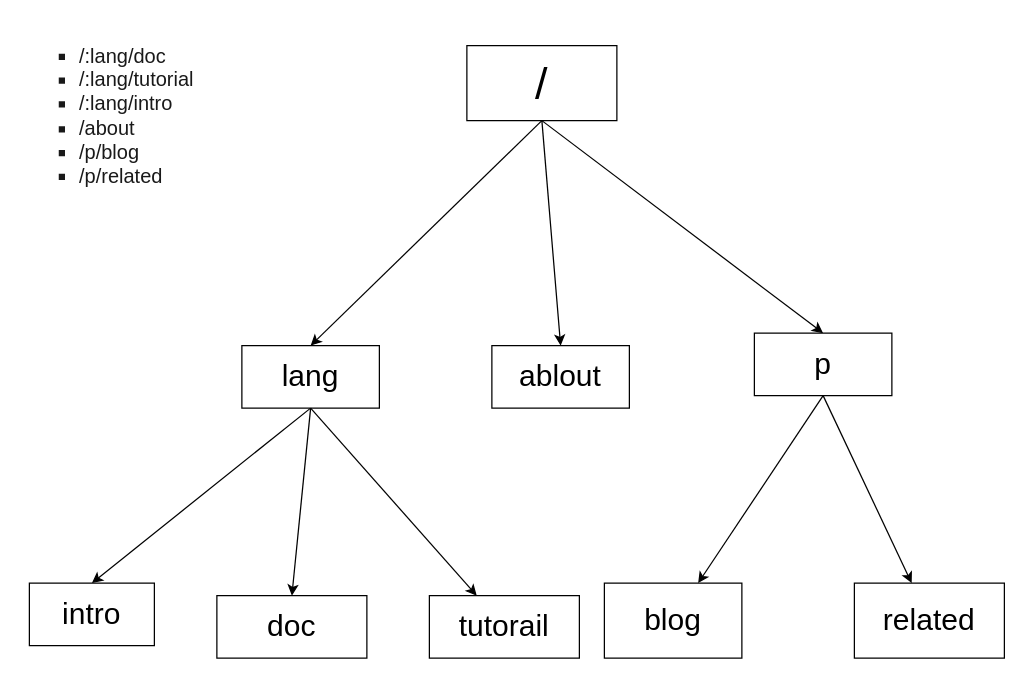
Earlier version of the draw.io diagram 前缀树.drawio (Forrest-Tao/draw.io). Source tidied: cells renumbered, new cells numbered last; positions are measured from the earlier drawing's top-left corner, leaving out a move shared by most shapes. Both pictures are drawn from the tidied source at 125%, with x=0, y=0 at pixel (21, 21).
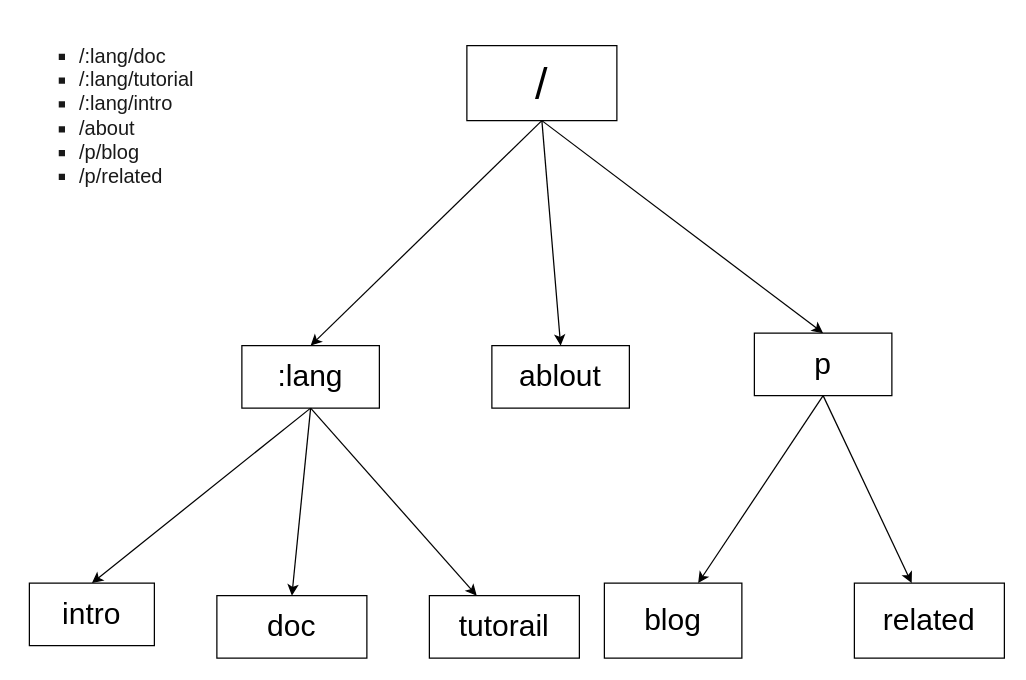
The same diagram, later.

Commit message (it also covers changes not shown here):
更新前缀树.drawio

The edit, as a diff of the source:
```diff
@@
-    <mxCell id="7" value="&lt;font style=&quot;font-size: 24px;&quot;&gt;lang&lt;/font&gt;" style="rounded=0;whiteSpace=wrap;html=1;" parent="1" vertex="1">
+    <mxCell id="7" value="&lt;font style=&quot;font-size: 24px;&quot;&gt;:lang&lt;/font&gt;" style="rounded=0;whiteSpace=wrap;html=1;" parent="1" vertex="1">
       <mxGeometry x="176" y="259" width="110" height="50" as="geometry" />
     </mxCell>
```
